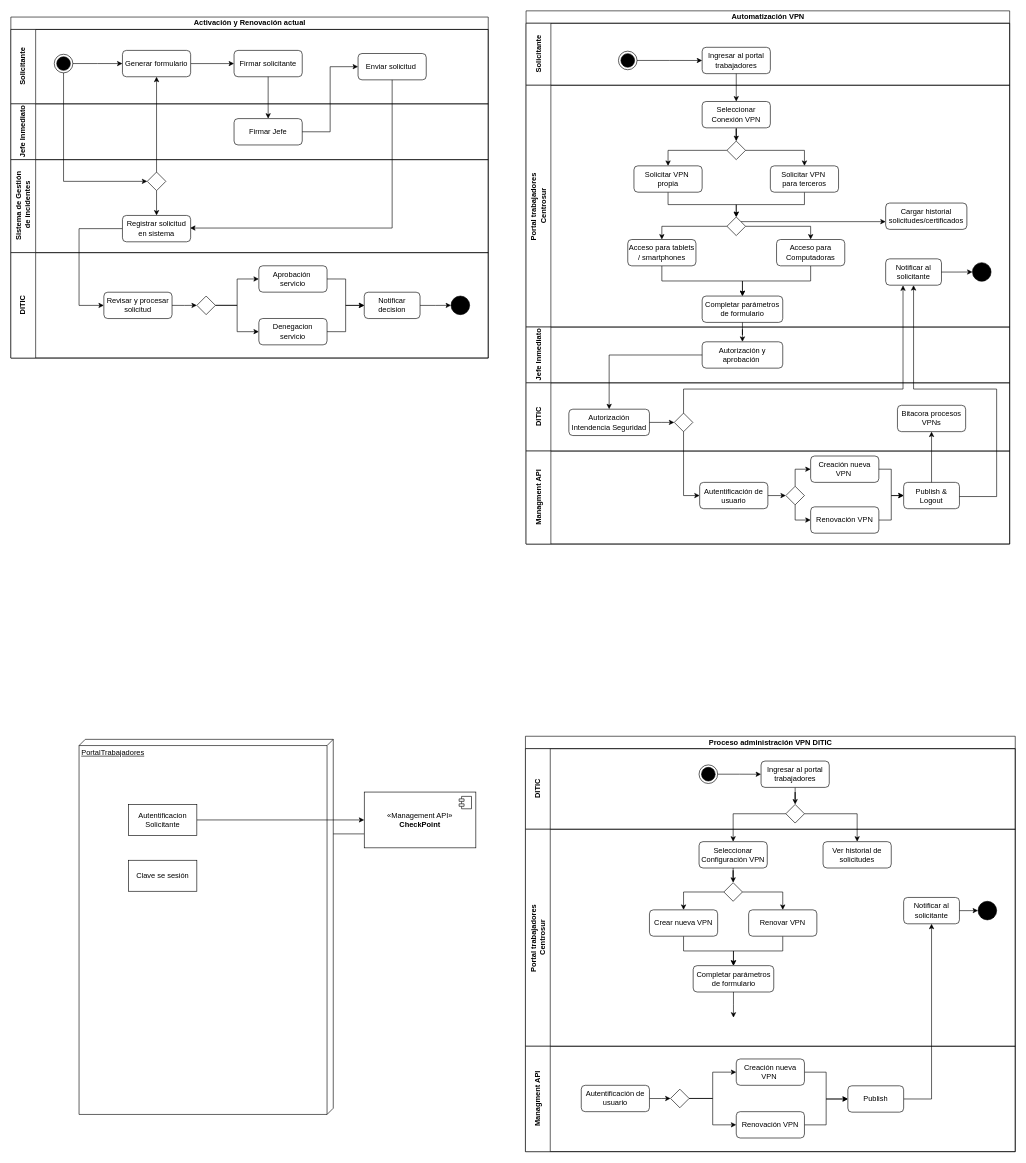
Earlier version of the draw.io diagram automatizacion-VPN.drawio (bboythian/centrosur-pasantia). Source tidied: cells renumbered, new cells numbered last; positions are measured from the earlier drawing's top-left corner, leaving out a move shared by most shapes. Both pictures are drawn from the tidied source at 62%, with x=0, y=0 at pixel (11, 11).
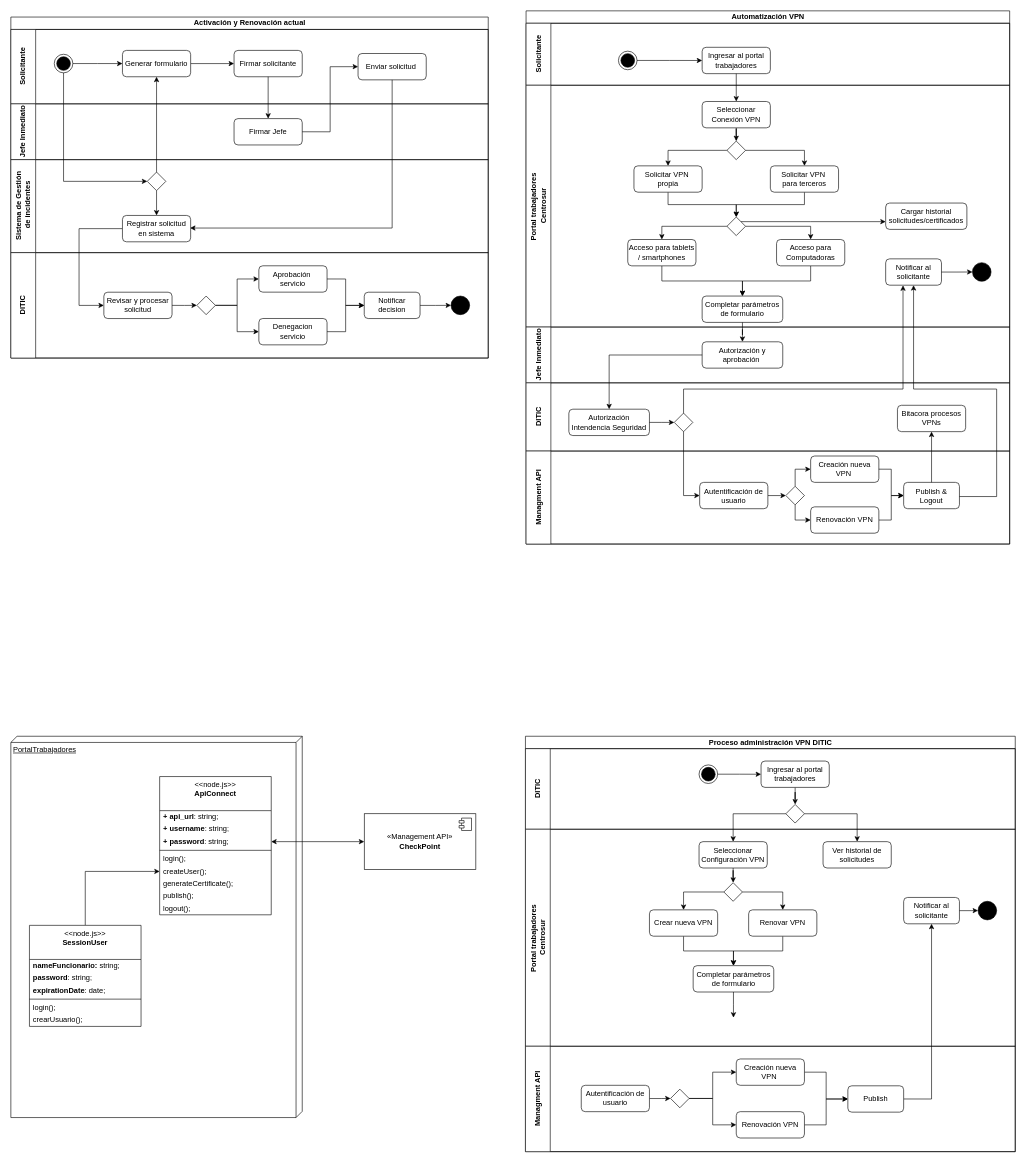
The same diagram, later.

Change to the diagram source:
```diff
@@
-    <mxCell id="126" style="edgeStyle=orthogonalEdgeStyle;rounded=0;jettySize=auto;html=1;exitX=0;exitY=0.75;exitDx=0;exitDy=0;entryX=1;entryY=0.5;entryDx=0;entryDy=0;" parent="1" edge="1" source="127" target="132">
-      <mxGeometry relative="1" as="geometry" />
-    </mxCell>
     <mxCell id="127" value="«Management API»&lt;br&gt;&lt;b&gt;CheckPoint&lt;/b&gt;" style="html=1;whiteSpace=wrap;" parent="1" vertex="1">
-      <mxGeometry x="570" y="1260" width="180" height="90" as="geometry" />
+      <mxGeometry x="570" y="1295" width="180" height="90" as="geometry" />
     </mxCell>
@@
     <mxCell id="129" value="PortalTrabajadores" style="verticalAlign=top;align=left;spacingTop=8;spacingLeft=2;spacingRight=12;shape=cube;size=10;direction=south;fontStyle=4;html=1;whiteSpace=wrap;" parent="1" vertex="1">
-      <mxGeometry x="110" y="1175" width="410" height="605" as="geometry" />
+      <mxGeometry y="1170" width="470" height="615" as="geometry" />
     </mxCell>
-    <mxCell id="130" style="edgeStyle=orthogonalEdgeStyle;rounded=0;jettySize=auto;html=1;exitX=1;exitY=0.5;exitDx=0;exitDy=0;" parent="1" edge="1" source="131" target="127">
-      <mxGeometry relative="1" as="geometry" />
-    </mxCell>
-    <mxCell id="131" value="Autentificacion Solicitante" style="html=1;whiteSpace=wrap;" parent="1" vertex="1">
-      <mxGeometry x="190" y="1280" width="110" height="50" as="geometry" />
-    </mxCell>
-    <mxCell id="132" value="Clave se sesión" style="html=1;whiteSpace=wrap;" parent="1" vertex="1">
-      <mxGeometry x="190" y="1370" width="110" height="50" as="geometry" />
-    </mxCell>
+    <mxCell id="133" value="&amp;lt;&amp;lt;node.js&amp;gt;&amp;gt;&lt;br&gt;&lt;b&gt;ApiConnect&lt;/b&gt;" style="swimlane;fontStyle=0;align=center;verticalAlign=top;horizontal=1;startSize=55;html=1;whiteSpace=wrap;" parent="1" vertex="1">
+      <mxGeometry x="240" y="1235" width="180" height="223" as="geometry" />
+    </mxCell>
+    <mxCell id="134" value="&lt;b&gt;+ api_url&lt;/b&gt;: string;" style="text;html=1;strokeColor=none;fillColor=none;align=left;verticalAlign=middle;spacingLeft=4;spacingRight=4;overflow=hidden;whiteSpace=wrap;" parent="133" vertex="1">
+      <mxGeometry y="55" width="180" height="20" as="geometry" />
+    </mxCell>
+    <mxCell id="135" value="&lt;b&gt;+ username&lt;/b&gt;: string;" style="text;html=1;strokeColor=none;fillColor=none;align=left;verticalAlign=middle;spacingLeft=4;spacingRight=4;overflow=hidden;whiteSpace=wrap;" parent="133" vertex="1">
+      <mxGeometry y="75" width="180" height="20" as="geometry" />
+    </mxCell>
+    <mxCell id="136" value="&lt;b&gt;+ password&lt;/b&gt;: string;" style="text;html=1;strokeColor=none;fillColor=none;align=left;verticalAlign=middle;spacingLeft=4;spacingRight=4;overflow=hidden;points=[[0,0.5],[1,0.5]];portConstraint=eastwest;whiteSpace=wrap;" parent="133" vertex="1">
+      <mxGeometry y="95" width="180" height="20" as="geometry" />
+    </mxCell>
+    <mxCell id="137" style="line;strokeWidth=1;fillColor=none;align=left;verticalAlign=middle;spacingTop=-1;spacingLeft=3;spacingRight=3;labelPosition=right;" parent="133" vertex="1">
+      <mxGeometry y="115" width="180" height="8" as="geometry" />
+    </mxCell>
+    <mxCell id="138" value="login();" style="text;html=1;strokeColor=none;fillColor=none;align=left;verticalAlign=middle;spacingLeft=4;spacingRight=4;overflow=hidden;whiteSpace=wrap;" parent="133" vertex="1">
+      <mxGeometry y="123" width="180" height="20" as="geometry" />
+    </mxCell>
+    <mxCell id="139" value="createUser();" style="text;html=1;strokeColor=none;fillColor=none;align=left;verticalAlign=middle;spacingLeft=4;spacingRight=4;overflow=hidden;points=[[0,0.5],[1,0.5]];portConstraint=eastwest;whiteSpace=wrap;" parent="133" vertex="1">
+      <mxGeometry y="143" width="180" height="20" as="geometry" />
+    </mxCell>
+    <mxCell id="140" value="generateCertificate();" style="text;html=1;strokeColor=none;fillColor=none;align=left;verticalAlign=middle;spacingLeft=4;spacingRight=4;overflow=hidden;whiteSpace=wrap;" parent="133" vertex="1">
+      <mxGeometry y="163" width="180" height="20" as="geometry" />
+    </mxCell>
+    <mxCell id="141" value="publish();" style="text;html=1;strokeColor=none;fillColor=none;align=left;verticalAlign=middle;spacingLeft=4;spacingRight=4;overflow=hidden;whiteSpace=wrap;" parent="133" vertex="1">
+      <mxGeometry y="183" width="180" height="20" as="geometry" />
+    </mxCell>
+    <mxCell id="142" value="logout();" style="text;html=1;strokeColor=none;fillColor=none;align=left;verticalAlign=middle;spacingLeft=4;spacingRight=4;overflow=hidden;whiteSpace=wrap;" parent="133" vertex="1">
+      <mxGeometry y="203" width="180" height="20" as="geometry" />
+    </mxCell>
+    <mxCell id="143" style="edgeStyle=orthogonalEdgeStyle;rounded=0;jettySize=auto;html=1;entryX=0;entryY=0.5;entryDx=0;entryDy=0;" parent="1" edge="1" source="144" target="139">
+      <mxGeometry relative="1" as="geometry" />
+    </mxCell>
+    <mxCell id="144" value="&amp;lt;&amp;lt;node.js&amp;gt;&amp;gt;&lt;br&gt;&lt;b&gt;SessionUser&lt;/b&gt;" style="swimlane;fontStyle=0;align=center;verticalAlign=top;horizontal=1;startSize=55;html=1;whiteSpace=wrap;" parent="1" vertex="1">
+      <mxGeometry x="30" y="1475" width="180" height="163" as="geometry" />
+    </mxCell>
+    <mxCell id="145" value="&lt;b&gt;nameFuncionario: &lt;/b&gt;string;" style="text;html=1;strokeColor=none;fillColor=none;align=left;verticalAlign=middle;spacingLeft=4;spacingRight=4;overflow=hidden;whiteSpace=wrap;" parent="144" vertex="1">
+      <mxGeometry y="55" width="180" height="20" as="geometry" />
+    </mxCell>
+    <mxCell id="146" value="&lt;b&gt;password&lt;/b&gt;: string;" style="text;html=1;strokeColor=none;fillColor=none;align=left;verticalAlign=middle;spacingLeft=4;spacingRight=4;overflow=hidden;whiteSpace=wrap;" parent="144" vertex="1">
+      <mxGeometry y="75" width="180" height="20" as="geometry" />
+    </mxCell>
+    <mxCell id="147" value="&lt;b&gt;expirationDate&lt;/b&gt;: date;" style="text;html=1;strokeColor=none;fillColor=none;align=left;verticalAlign=middle;spacingLeft=4;spacingRight=4;overflow=hidden;whiteSpace=wrap;" parent="144" vertex="1">
+      <mxGeometry y="95" width="180" height="20" as="geometry" />
+    </mxCell>
+    <mxCell id="148" style="line;strokeWidth=1;fillColor=none;align=left;verticalAlign=middle;spacingTop=-1;spacingLeft=3;spacingRight=3;labelPosition=right;" parent="144" vertex="1">
+      <mxGeometry y="115" width="180" height="8" as="geometry" />
+    </mxCell>
+    <mxCell id="149" value="login();" style="text;html=1;strokeColor=none;fillColor=none;align=left;verticalAlign=middle;spacingLeft=4;spacingRight=4;overflow=hidden;whiteSpace=wrap;" parent="144" vertex="1">
+      <mxGeometry y="123" width="180" height="20" as="geometry" />
+    </mxCell>
+    <mxCell id="150" value="crearUsuario();" style="text;html=1;strokeColor=none;fillColor=none;align=left;verticalAlign=middle;spacingLeft=4;spacingRight=4;overflow=hidden;whiteSpace=wrap;" parent="144" vertex="1">
+      <mxGeometry y="143" width="180" height="20" as="geometry" />
+    </mxCell>
+    <mxCell id="151" style="endArrow=classic;startArrow=classic;html=1;rounded=0;exitX=1;exitY=0.5;exitDx=0;exitDy=0;entryX=0;entryY=0.5;entryDx=0;entryDy=0;" parent="1" edge="1" source="136" target="127">
+      <mxGeometry relative="1" as="geometry" />
+    </mxCell>
```
